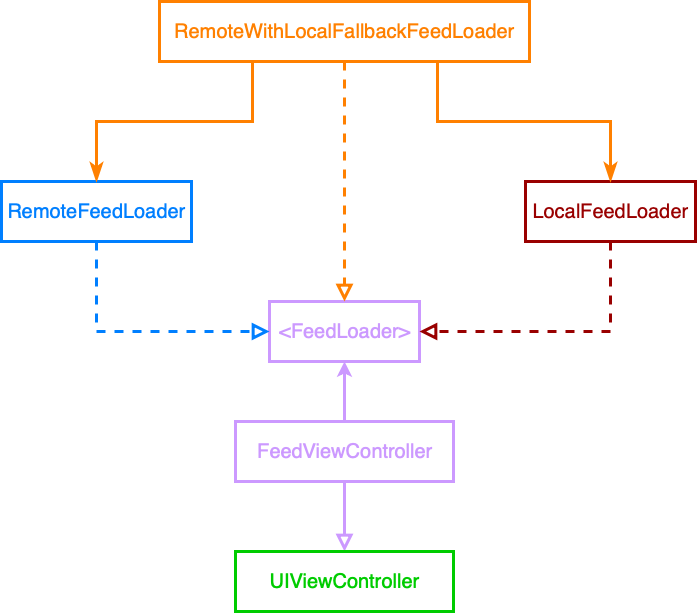
mhennemeyer/essentialfeed keeps this draw.io diagram as docs/EssentialFeed.png. Above is the earlier version. Source tidied: cells renumbered, new cells last; positions are measured from the earlier drawing's top-left corner, leaving out a move shared by most shapes.
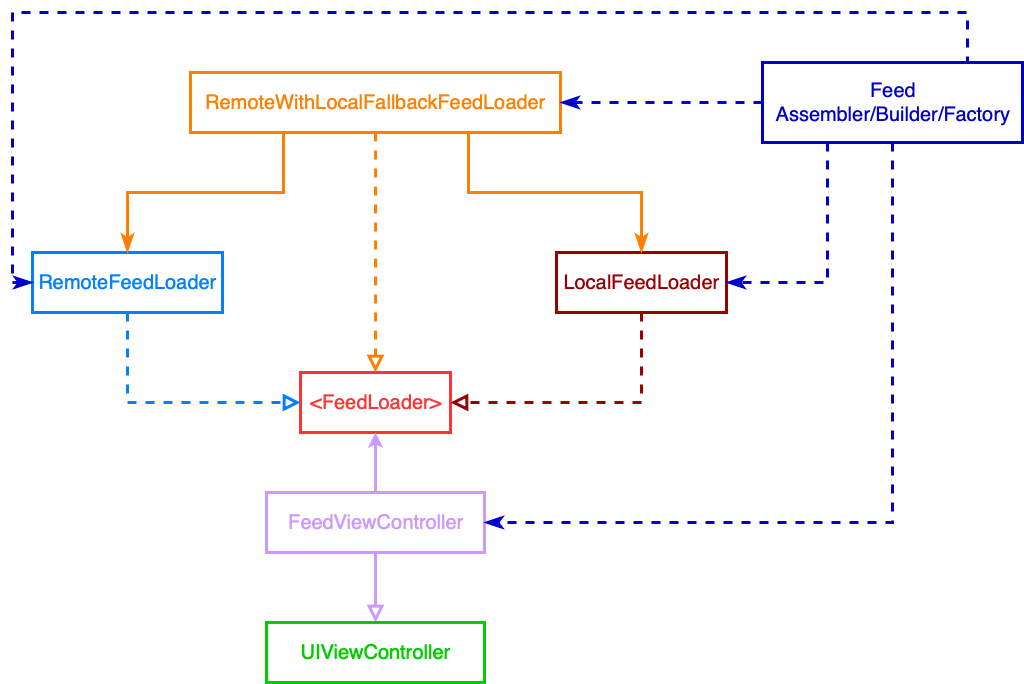
After the commit.

Commit message:
Add payload contract

The edit, as a diff of the source:
```diff
@@ -2,7 +2,7 @@
   <root>
     <mxCell id="0" />
     <mxCell id="1" parent="0" />
-    <mxCell id="2" value="&amp;lt;FeedLoader&amp;gt;" style="rounded=0;whiteSpace=wrap;html=1;strokeWidth=3;fontSize=20;fontStyle=0;labelBorderColor=none;fillColor=none;strokeColor=#CC99FF;fontColor=#CC99FF;" parent="1" vertex="1">
+    <mxCell id="2" value="&amp;lt;FeedLoader&amp;gt;" style="rounded=0;whiteSpace=wrap;html=1;strokeWidth=3;fontSize=20;fontStyle=0;labelBorderColor=none;fillColor=none;strokeColor=#FF3333;fontColor=#FF3333;" parent="1" vertex="1">
       <mxGeometry x="268" y="300" width="150" height="60" as="geometry" />
     </mxCell>
     <mxCell id="3" style="edgeStyle=orthogonalEdgeStyle;rounded=0;jettySize=auto;html=1;exitX=0.5;exitY=0;exitDx=0;exitDy=0;entryX=0.5;entryY=1;entryDx=0;entryDy=0;fontSize=20;fontColor=#CC99FF;strokeWidth=3;strokeColor=#CC99FF;" parent="1" edge="1" source="5" target="2">
@@ -41,5 +41,26 @@
     <mxCell id="14" value="RemoteWithLocalFallbackFeedLoader" style="rounded=0;whiteSpace=wrap;html=1;strokeWidth=3;fontSize=20;fontStyle=0;labelBorderColor=none;fillColor=none;strokeColor=#FF8000;fontColor=#FF8000;" parent="1" vertex="1">
       <mxGeometry x="158" width="370" height="60" as="geometry" />
     </mxCell>
+    <mxCell id="15" style="edgeStyle=orthogonalEdgeStyle;rounded=0;jettySize=auto;html=1;exitX=0.5;exitY=0;exitDx=0;exitDy=0;entryX=0;entryY=0.5;entryDx=0;entryDy=0;endArrow=classicThin;endFill=1;endSize=10;strokeColor=#0000CC;strokeWidth=3;fontSize=20;fontColor=#0000CC;dashed=1;" parent="1" edge="1" source="19" target="9">
+      <mxGeometry relative="1" as="geometry">
+        <Array as="points">
+          <mxPoint x="935" y="-60" />
+          <mxPoint x="-20" y="-60" />
+          <mxPoint x="-20" y="210" />
+        </Array>
+      </mxGeometry>
+    </mxCell>
+    <mxCell id="16" style="edgeStyle=orthogonalEdgeStyle;rounded=0;jettySize=auto;html=1;exitX=0;exitY=0.5;exitDx=0;exitDy=0;entryX=1;entryY=0.5;entryDx=0;entryDy=0;dashed=1;endArrow=classicThin;endFill=1;endSize=10;strokeColor=#0000CC;strokeWidth=3;fontSize=20;fontColor=#0000CC;" parent="1" edge="1" source="19" target="14">
+      <mxGeometry relative="1" as="geometry" />
+    </mxCell>
+    <mxCell id="17" style="edgeStyle=orthogonalEdgeStyle;rounded=0;jettySize=auto;html=1;exitX=0.25;exitY=1;exitDx=0;exitDy=0;entryX=1;entryY=0.5;entryDx=0;entryDy=0;dashed=1;endArrow=classicThin;endFill=1;endSize=10;strokeColor=#0000CC;strokeWidth=3;fontSize=20;fontColor=#0000CC;" parent="1" edge="1" source="19" target="8">
+      <mxGeometry relative="1" as="geometry" />
+    </mxCell>
+    <mxCell id="18" style="edgeStyle=orthogonalEdgeStyle;rounded=0;jettySize=auto;html=1;exitX=0.5;exitY=1;exitDx=0;exitDy=0;entryX=1;entryY=0.5;entryDx=0;entryDy=0;dashed=1;endArrow=classicThin;endFill=1;endSize=10;strokeColor=#0000CC;strokeWidth=3;fontSize=20;fontColor=#0000CC;" parent="1" edge="1" source="19" target="5">
+      <mxGeometry relative="1" as="geometry" />
+    </mxCell>
+    <mxCell id="19" value="Feed&lt;br&gt;Assembler/Builder/Factory" style="rounded=0;whiteSpace=wrap;html=1;strokeWidth=3;fontSize=20;fontStyle=0;labelBorderColor=none;fillColor=none;strokeColor=#0000CC;fontColor=#0000CC;" parent="1" vertex="1">
+      <mxGeometry x="730" y="-10" width="260" height="80" as="geometry" />
+    </mxCell>
   </root>
 </mxGraphModel>
```
